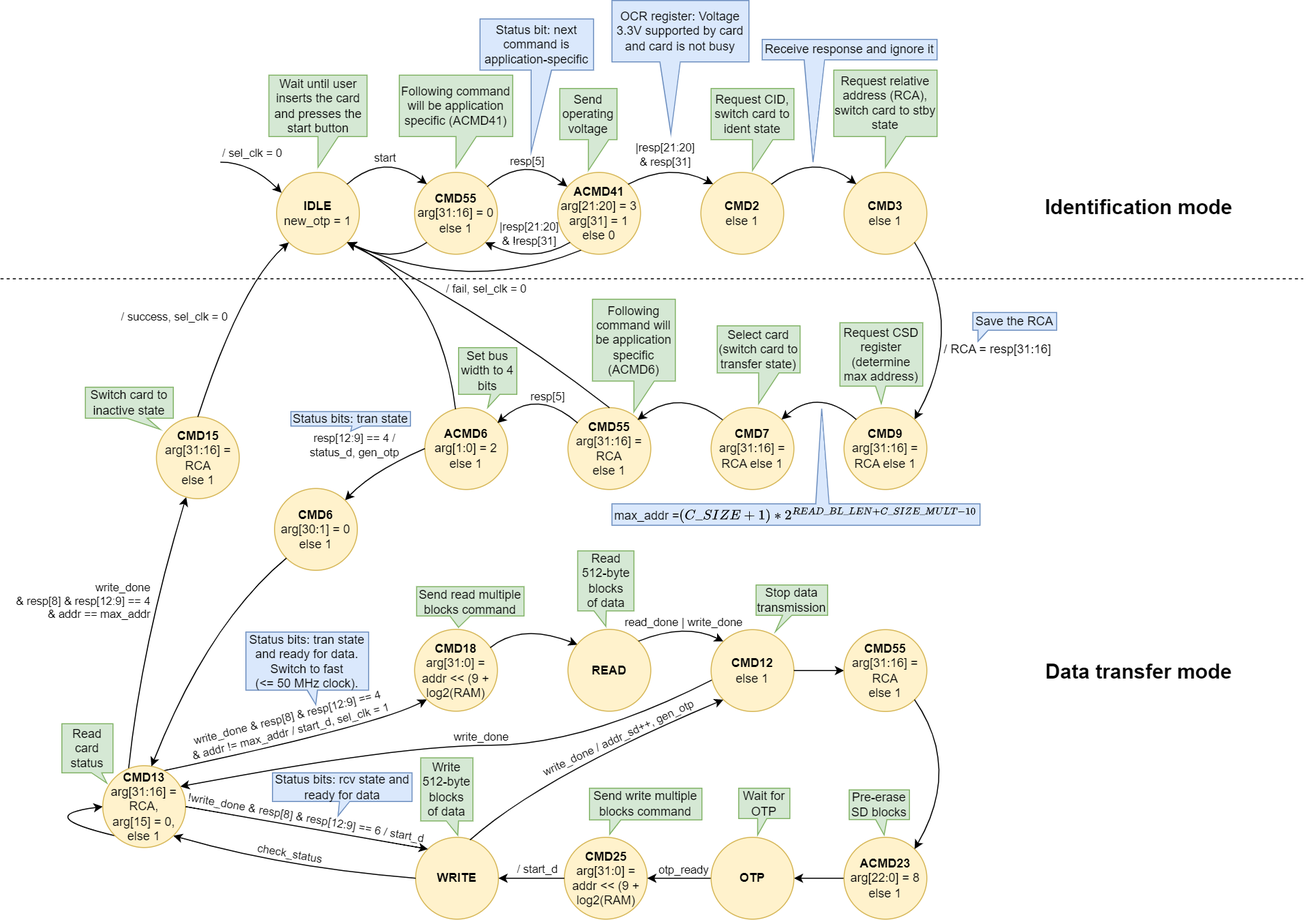
Earlier version of the draw.io export docs/SD/SD_fpga_states.png (sirazenkov/GhostSD). Source tidied: cells renumbered, new cells last; positions are measured from the earlier drawing's top-left corner, leaving out a move shared by most shapes.
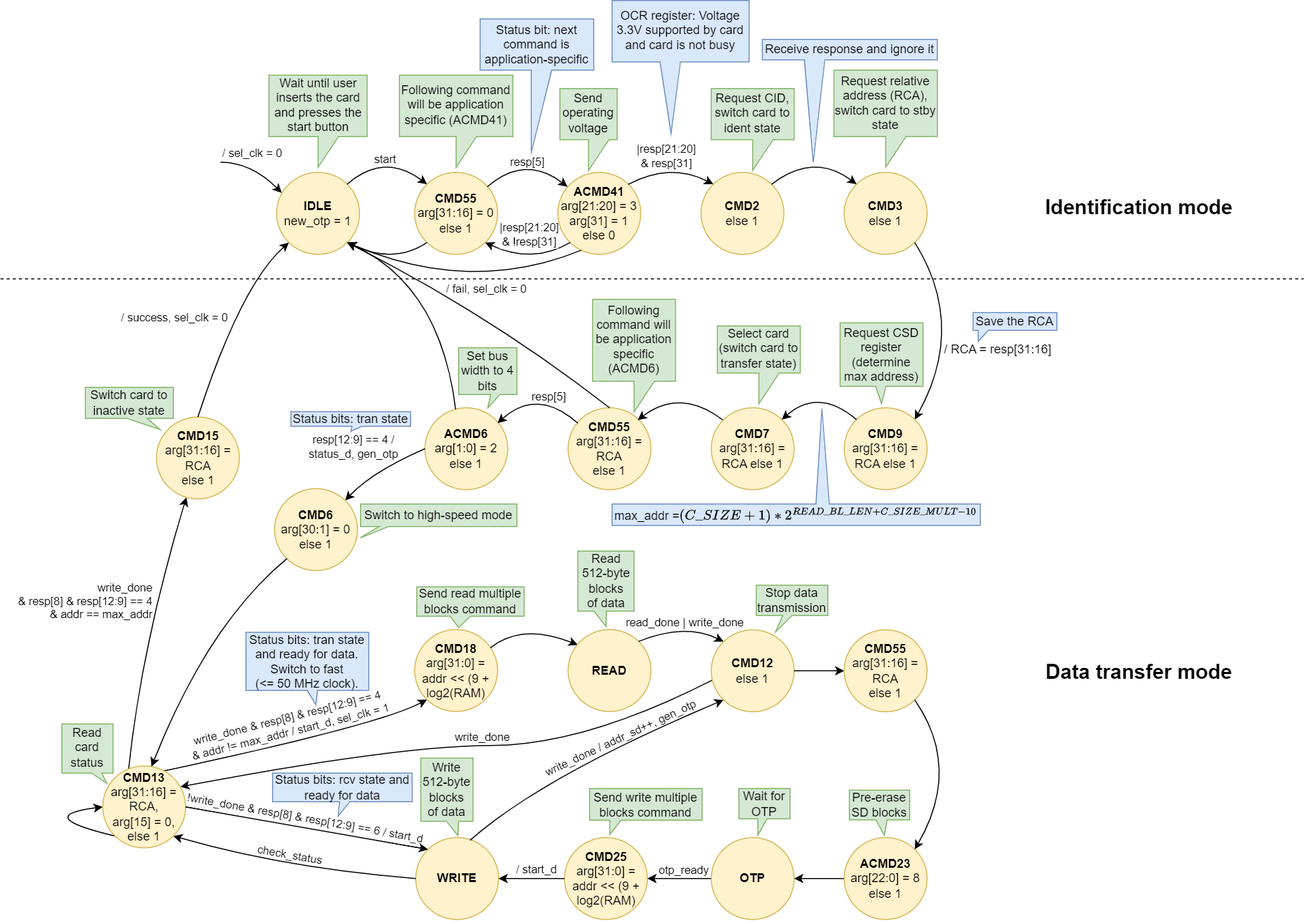
Later version of the same file.

Commit message:
Added the CMD6 state inscription on SD controller FSM diagram

The edit, as a diff of the source:
```diff
@@ -458,5 +458,8 @@
         </Array>
       </mxGeometry>
     </mxCell>
+    <mxCell id="102" value="Switch to high-speed mode" style="shape=callout;whiteSpace=wrap;html=1;perimeter=calloutPerimeter;fillColor=#d5e8d4;strokeColor=#82b366;size=11;position=0.12;base=9;position2=0;" parent="1" vertex="1">
+      <mxGeometry x="352" y="492" width="153" height="33" as="geometry" />
+    </mxCell>
   </root>
 </mxGraphModel>
```
